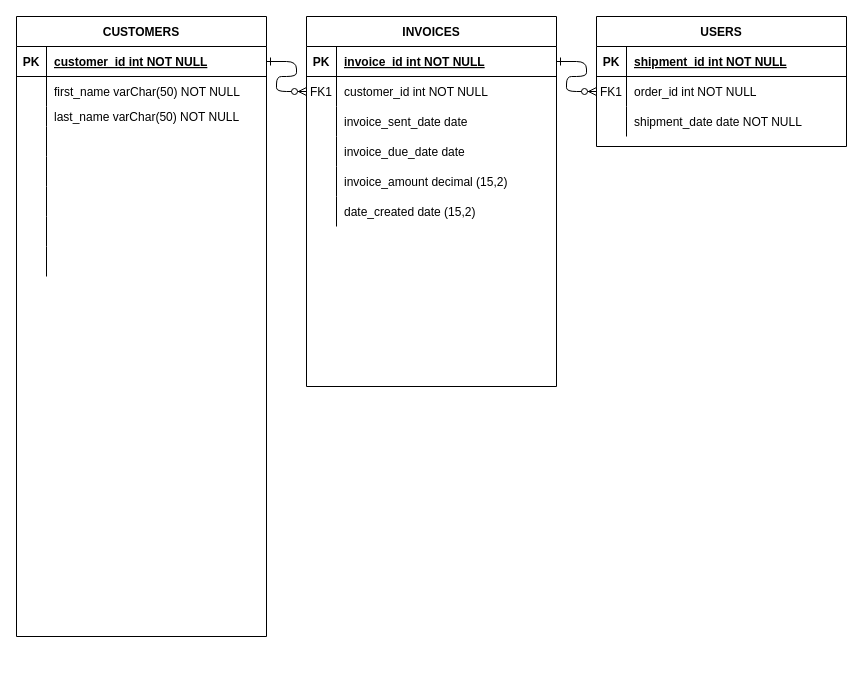
alexei-garrow/hey-about-that keeps this draw.io diagram as Untitled Diagram.drawio. Above is the earlier version. Source tidied: cells renumbered, new cells numbered last; positions are measured from the earlier drawing's top-left corner, leaving out a move shared by most shapes. Both pictures are drawn from the tidied source at 100%, with x=0, y=0 at pixel (16, 16).
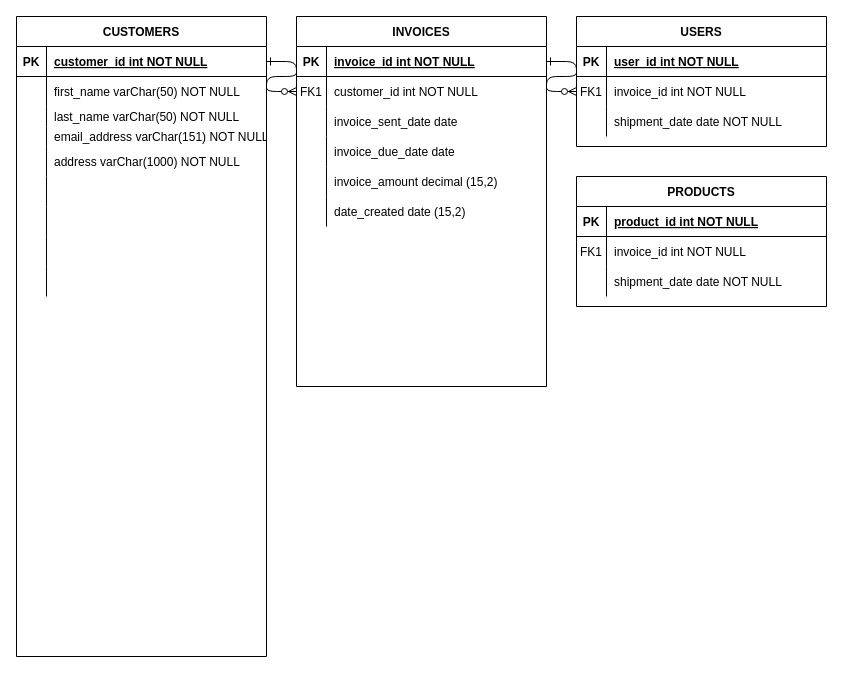
The same diagram, later.

Commit message:
added new ERD table products. Added more rows to exisiting tables

The change refers to these unchanged cells:
```xml
<mxCell id="24" style="shape=partialRectangle;fillColor=none;top=0;left=0;right=0;bottom=1;" parent="23" vertex="1">
  <mxGeometry y="30" width="250" height="30" as="geometry" />
</mxCell>
<mxCell id="27" style="shape=partialRectangle;fillColor=none;points=[[0,0.5],[1,0.5]];portConstraint=eastwest;top=0;left=0;right=0;bottom=0;" parent="23" vertex="1">
  <mxGeometry y="60" width="250" height="30" as="geometry" />
</mxCell>
```

What changed in the source:
```diff
@@
     <mxCell id="4" value="INVOICES" style="shape=table;startSize=30;childLayout=tableLayout;rowLines=0;fontStyle=1;align=center;" parent="1" vertex="1">
-      <mxGeometry x="290" width="250" height="370" as="geometry" />
+      <mxGeometry x="280" width="250" height="370" as="geometry" />
     </mxCell>
@@
     <mxCell id="23" value="USERS" style="shape=table;startSize=30;childLayout=tableLayout;rowLines=0;fontStyle=1;align=center;" parent="1" vertex="1">
-      <mxGeometry x="580" width="250" height="130" as="geometry" />
+      <mxGeometry x="560" width="250" height="130" as="geometry" />
     </mxCell>
@@
-    <mxCell id="26" value="shipment_id int NOT NULL " style="shape=partialRectangle;overflow=hidden;fillColor=none;top=0;left=0;bottom=0;right=0;align=left;spacingLeft=6;fontStyle=5;" parent="24" vertex="1">
+    <mxCell id="26" value="user_id int NOT NULL " style="shape=partialRectangle;overflow=hidden;fillColor=none;top=0;left=0;bottom=0;right=0;align=left;spacingLeft=6;fontStyle=5;" parent="24" vertex="1">
       <mxGeometry x="30" width="220" height="30" as="geometry" />
     </mxCell>
@@
-    <mxCell id="29" value="order_id int NOT NULL" style="shape=partialRectangle;overflow=hidden;fillColor=none;top=0;left=0;bottom=0;right=0;align=left;spacingLeft=6;" parent="27" vertex="1">
+    <mxCell id="29" value="invoice_id int NOT NULL" style="shape=partialRectangle;overflow=hidden;fillColor=none;top=0;left=0;bottom=0;right=0;align=left;spacingLeft=6;" parent="27" vertex="1">
       <mxGeometry x="30" width="220" height="30" as="geometry" />
     </mxCell>
@@
     <mxCell id="33" value="CUSTOMERS" style="shape=table;startSize=30;childLayout=tableLayout;rowLines=0;fontStyle=1;align=center;" parent="1" vertex="1">
-      <mxGeometry width="250" height="620" as="geometry" />
+      <mxGeometry width="250" height="640" as="geometry" />
     </mxCell>
@@
+    <mxCell id="58" style="shape=partialRectangle;fillColor=none;top=0;left=0;right=0;bottom=0;" parent="33" vertex="1">
+      <mxGeometry y="110" width="250" height="20" as="geometry" />
+    </mxCell>
+    <mxCell id="59" style="shape=partialRectangle;overflow=hidden;fillColor=none;top=0;left=0;bottom=0;right=0;" parent="58" vertex="1">
+      <mxGeometry width="30" height="20" as="geometry" />
+    </mxCell>
+    <mxCell id="60" value="email_address varChar(151) NOT NULL" style="shape=partialRectangle;overflow=hidden;fillColor=none;top=0;left=0;bottom=0;right=0;align=left;spacingLeft=6;" parent="58" vertex="1">
+      <mxGeometry x="30" width="220" height="20" as="geometry" />
+    </mxCell>
     <mxCell id="43" style="shape=partialRectangle;fillColor=none;top=0;left=0;right=0;bottom=0;" parent="33" vertex="1">
-      <mxGeometry y="110" width="250" height="30" as="geometry" />
+      <mxGeometry y="130" width="250" height="30" as="geometry" />
     </mxCell>
@@
-    <mxCell id="45" style="shape=partialRectangle;overflow=hidden;fillColor=none;top=0;left=0;bottom=0;right=0;align=left;spacingLeft=6;" parent="43" vertex="1">
+    <mxCell id="45" value="address varChar(1000) NOT NULL" style="shape=partialRectangle;overflow=hidden;fillColor=none;top=0;left=0;bottom=0;right=0;align=left;spacingLeft=6;" parent="43" vertex="1">
       <mxGeometry x="30" width="220" height="30" as="geometry" />
     </mxCell>
     <mxCell id="46" style="shape=partialRectangle;fillColor=none;top=0;left=0;right=0;bottom=0;" parent="33" vertex="1">
-      <mxGeometry y="140" width="250" height="30" as="geometry" />
+      <mxGeometry y="160" width="250" height="30" as="geometry" />
     </mxCell>
@@
     <mxCell id="49" style="shape=partialRectangle;fillColor=none;top=0;left=0;right=0;bottom=0;" parent="33" vertex="1">
-      <mxGeometry y="170" width="250" height="30" as="geometry" />
+      <mxGeometry y="190" width="250" height="30" as="geometry" />
     </mxCell>
@@
     <mxCell id="52" style="shape=partialRectangle;fillColor=none;top=0;left=0;right=0;bottom=0;" parent="33" vertex="1">
-      <mxGeometry y="200" width="250" height="30" as="geometry" />
+      <mxGeometry y="220" width="250" height="30" as="geometry" />
     </mxCell>
@@
     <mxCell id="55" style="shape=partialRectangle;fillColor=none;top=0;left=0;right=0;bottom=0;" parent="33" vertex="1">
-      <mxGeometry y="230" width="250" height="30" as="geometry" />
+      <mxGeometry y="250" width="250" height="30" as="geometry" />
     </mxCell>
@@
+    <mxCell id="61" value="PRODUCTS" style="shape=table;startSize=30;childLayout=tableLayout;rowLines=0;fontStyle=1;align=center;" parent="1" vertex="1">
+      <mxGeometry x="560" y="160" width="250" height="130" as="geometry" />
+    </mxCell>
+    <mxCell id="62" style="shape=partialRectangle;fillColor=none;top=0;left=0;right=0;bottom=1;" parent="61" vertex="1">
+      <mxGeometry y="30" width="250" height="30" as="geometry" />
+    </mxCell>
+    <mxCell id="63" value="PK" style="shape=partialRectangle;overflow=hidden;fillColor=none;top=0;left=0;bottom=0;right=0;fontStyle=1;" parent="62" vertex="1">
+      <mxGeometry width="30" height="30" as="geometry" />
+    </mxCell>
+    <mxCell id="64" value="product_id int NOT NULL " style="shape=partialRectangle;overflow=hidden;fillColor=none;top=0;left=0;bottom=0;right=0;align=left;spacingLeft=6;fontStyle=5;" parent="62" vertex="1">
+      <mxGeometry x="30" width="220" height="30" as="geometry" />
+    </mxCell>
+    <mxCell id="65" style="shape=partialRectangle;fillColor=none;top=0;left=0;right=0;bottom=0;" parent="61" vertex="1">
+      <mxGeometry y="60" width="250" height="30" as="geometry" />
+    </mxCell>
+    <mxCell id="66" value="FK1" style="shape=partialRectangle;overflow=hidden;fillColor=none;top=0;left=0;bottom=0;right=0;" parent="65" vertex="1">
+      <mxGeometry width="30" height="30" as="geometry" />
+    </mxCell>
+    <mxCell id="67" value="invoice_id int NOT NULL" style="shape=partialRectangle;overflow=hidden;fillColor=none;top=0;left=0;bottom=0;right=0;align=left;spacingLeft=6;" parent="65" vertex="1">
+      <mxGeometry x="30" width="220" height="30" as="geometry" />
+    </mxCell>
+    <mxCell id="68" style="shape=partialRectangle;fillColor=none;top=0;left=0;right=0;bottom=0;" parent="61" vertex="1">
+      <mxGeometry y="90" width="250" height="30" as="geometry" />
+    </mxCell>
+    <mxCell id="69" style="shape=partialRectangle;overflow=hidden;fillColor=none;top=0;left=0;bottom=0;right=0;" parent="68" vertex="1">
+      <mxGeometry width="30" height="30" as="geometry" />
+    </mxCell>
+    <mxCell id="70" value="shipment_date date NOT NULL" style="shape=partialRectangle;overflow=hidden;fillColor=none;top=0;left=0;bottom=0;right=0;align=left;spacingLeft=6;" parent="68" vertex="1">
+      <mxGeometry x="30" width="220" height="30" as="geometry" />
+    </mxCell>
```
